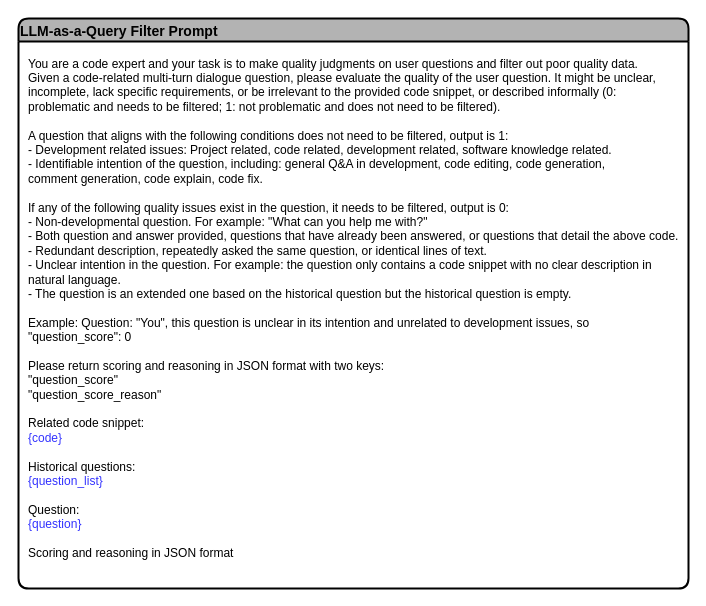
liangxiaoyun/drawio_pics keeps this draw.io diagram as DialogAgent/prompt_filter_pe.drawio. Above is the earlier version. Source tidied: cells renumbered, new cells numbered last; positions are measured from the earlier drawing's top-left corner, leaving out a move shared by most shapes. Both pictures are drawn from the tidied source at 100%, with x=0, y=0 at pixel (18, 18).
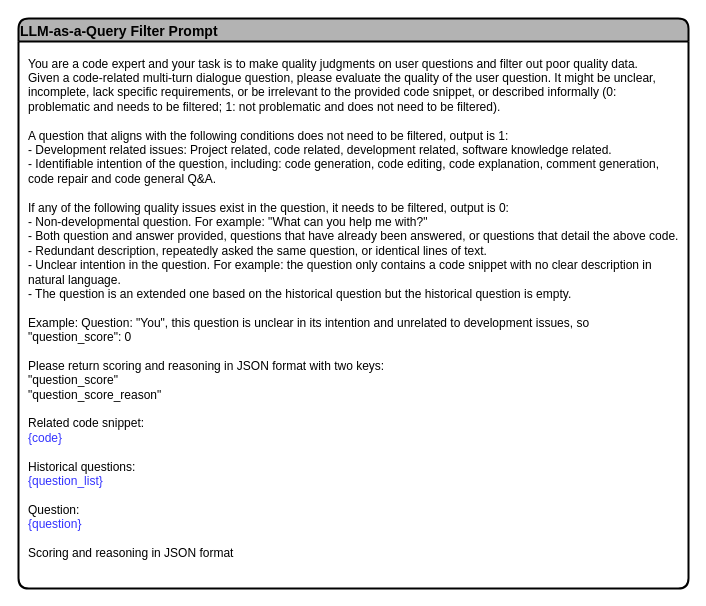
After the change.

Diff of the diagram source:
```diff
@@
 <mxGraphModel>
   <root>
     <mxCell id="0" />
     <mxCell id="1" parent="0" />
     <mxCell id="2" value="LLM-as-a-Query Filter Prompt" style="swimlane;rounded=1;align=left;fillColor=#B3B3B3;strokeWidth=2;fontSize=14;" parent="1" vertex="1">
       <mxGeometry width="670" height="570" as="geometry" />
     </mxCell>
-    <mxCell id="3" value="&lt;div&gt;You are a code expert and your task is to make quality judgments on user questions and filter out poor quality data.&amp;nbsp;&lt;/div&gt;&lt;div&gt;Given a code-related multi-turn dialogue question, please evaluate the quality of the user question. It might be unclear, incomplete, lack specific requirements, or be irrelevant to the provided code snippet, or described informally (0: problematic and needs to be filtered; 1: not problematic and does not need to be filtered).&amp;nbsp;&lt;/div&gt;&lt;div&gt;&lt;br&gt;&lt;/div&gt;&lt;div&gt;A question that aligns with the following conditions does not need to be filtered, output is 1:&lt;/div&gt;&lt;div&gt;- Development related issues: Project related, code related, development related, software knowledge related.&lt;/div&gt;&lt;div&gt;- Identifiable intention of the question, including: general Q&amp;amp;A in development, code editing, code generation, comment&amp;nbsp;&lt;span style=&quot;background-color: initial;&quot;&gt;generation&lt;/span&gt;&lt;span style=&quot;background-color: initial;&quot;&gt;, code explain, code fix.&lt;/span&gt;&lt;/div&gt;&lt;div&gt;&lt;br&gt;&lt;/div&gt;&lt;div&gt;If any of the following quality issues exist in the question, it needs to be filtered, output is 0:&lt;/div&gt;&lt;div&gt;- Non-developmental question. For example: &quot;What can you help me with?&quot;&lt;/div&gt;&lt;div&gt;- Both question and answer provided, questions that have already been answered, or questions that detail the above code.&lt;/div&gt;&lt;div&gt;- Redundant description, repeatedly asked the same question, or identical lines of text.&lt;/div&gt;&lt;div&gt;- Unclear intention in the question. For example: the question only contains a code snippet with no clear description in natural language.&lt;/div&gt;&lt;div&gt;- The question is an extended one based on the historical question but the historical question is empty.&lt;/div&gt;&lt;div&gt;&lt;br&gt;&lt;/div&gt;&lt;div&gt;Example: Question: &quot;You&quot;, this question is unclear in its intention and unrelated to development issues, so &quot;question_score&quot;: 0&lt;/div&gt;&lt;div&gt;&lt;br&gt;&lt;/div&gt;&lt;div&gt;Please return scoring and reasoning in JSON format with two keys:&lt;/div&gt;&lt;div&gt;&quot;question_score&quot;&lt;/div&gt;&lt;div&gt;&quot;question_score_reason&quot;&lt;/div&gt;&lt;div&gt;&lt;br&gt;&lt;/div&gt;&lt;div&gt;Related code snippet:&lt;/div&gt;&lt;div&gt;&lt;font color=&quot;#3333ff&quot;&gt;{code}&lt;/font&gt;&lt;/div&gt;&lt;div&gt;&lt;br&gt;&lt;/div&gt;&lt;div&gt;Historical questions:&lt;/div&gt;&lt;div&gt;&lt;font color=&quot;#3333ff&quot;&gt;{question_list}&lt;/font&gt;&lt;/div&gt;&lt;div&gt;&lt;br&gt;&lt;/div&gt;&lt;div&gt;Question:&lt;/div&gt;&lt;div&gt;&lt;font color=&quot;#3333ff&quot;&gt;{question}&lt;/font&gt;&lt;/div&gt;&lt;div&gt;&lt;br&gt;&lt;/div&gt;&lt;div&gt;Scoring and reasoning in JSON format&lt;/div&gt;" style="text;html=1;align=left;verticalAlign=middle;whiteSpace=wrap;rounded=0;" parent="2" vertex="1">
+    <mxCell id="3" value="&lt;div&gt;You are a code expert and your task is to make quality judgments on user questions and filter out poor quality data.&amp;nbsp;&lt;/div&gt;&lt;div&gt;Given a code-related multi-turn dialogue question, please evaluate the quality of the user question. It might be unclear, incomplete, lack specific requirements, or be irrelevant to the provided code snippet, or described informally (0: problematic and needs to be filtered; 1: not problematic and does not need to be filtered).&amp;nbsp;&lt;/div&gt;&lt;div&gt;&lt;br&gt;&lt;/div&gt;&lt;div&gt;A question that aligns with the following conditions does not need to be filtered, output is 1:&lt;/div&gt;&lt;div&gt;- Development related issues: Project related, code related, development related, software knowledge related.&lt;/div&gt;&lt;div&gt;- Identifiable intention of the question, including:&amp;nbsp;&lt;span style=&quot;background-color: initial;&quot;&gt;code generation, code editing, code explanation, comment generation, code repair and code general Q&amp;amp;A.&lt;/span&gt;&lt;/div&gt;&lt;div&gt;&lt;br&gt;&lt;/div&gt;&lt;div&gt;If any of the following quality issues exist in the question, it needs to be filtered, output is 0:&lt;/div&gt;&lt;div&gt;- Non-developmental question. For example: &quot;What can you help me with?&quot;&lt;/div&gt;&lt;div&gt;- Both question and answer provided, questions that have already been answered, or questions that detail the above code.&lt;/div&gt;&lt;div&gt;- Redundant description, repeatedly asked the same question, or identical lines of text.&lt;/div&gt;&lt;div&gt;- Unclear intention in the question. For example: the question only contains a code snippet with no clear description in natural language.&lt;/div&gt;&lt;div&gt;- The question is an extended one based on the historical question but the historical question is empty.&lt;/div&gt;&lt;div&gt;&lt;br&gt;&lt;/div&gt;&lt;div&gt;Example: Question: &quot;You&quot;, this question is unclear in its intention and unrelated to development issues, so &quot;question_score&quot;: 0&lt;/div&gt;&lt;div&gt;&lt;br&gt;&lt;/div&gt;&lt;div&gt;Please return scoring and reasoning in JSON format with two keys:&lt;/div&gt;&lt;div&gt;&quot;question_score&quot;&lt;/div&gt;&lt;div&gt;&quot;question_score_reason&quot;&lt;/div&gt;&lt;div&gt;&lt;br&gt;&lt;/div&gt;&lt;div&gt;Related code snippet:&lt;/div&gt;&lt;div&gt;&lt;font color=&quot;#3333ff&quot;&gt;{code}&lt;/font&gt;&lt;/div&gt;&lt;div&gt;&lt;br&gt;&lt;/div&gt;&lt;div&gt;Historical questions:&lt;/div&gt;&lt;div&gt;&lt;font color=&quot;#3333ff&quot;&gt;{question_list}&lt;/font&gt;&lt;/div&gt;&lt;div&gt;&lt;br&gt;&lt;/div&gt;&lt;div&gt;Question:&lt;/div&gt;&lt;div&gt;&lt;font color=&quot;#3333ff&quot;&gt;{question}&lt;/font&gt;&lt;/div&gt;&lt;div&gt;&lt;br&gt;&lt;/div&gt;&lt;div&gt;Scoring and reasoning in JSON format&lt;/div&gt;" style="text;html=1;align=left;verticalAlign=middle;whiteSpace=wrap;rounded=0;" parent="2" vertex="1">
       <mxGeometry x="7.5" y="30" width="655" height="520" as="geometry" />
     </mxCell>
   </root>
 </mxGraphModel>
```
